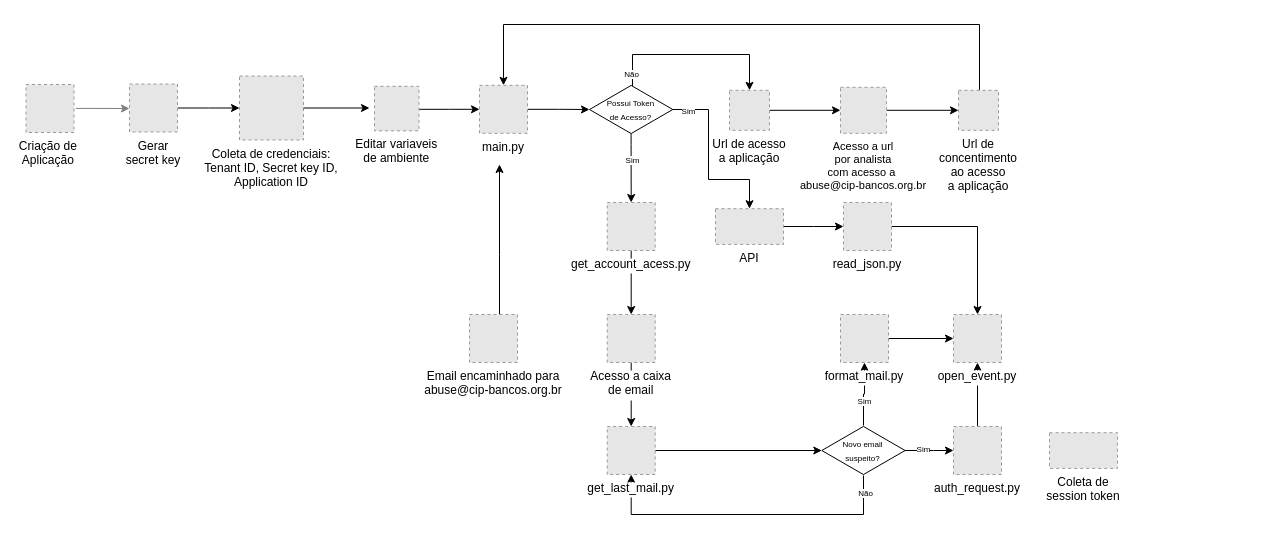
Above: Untitled Diagram.drawio in Antonio-Costa00/Auto-Indicents-Creation-From-Fishing-Atacks (draw.io), before the change. Source tidied: cells renumbered, new cells numbered last; positions are measured from the earlier drawing's top-left corner, leaving out a move shared by most shapes. Both pictures are drawn from the tidied source at 100%, with x=0, y=0 at pixel (25, 24). Pictures stored in the file or linked from it are replaced by grey dashed boxes.
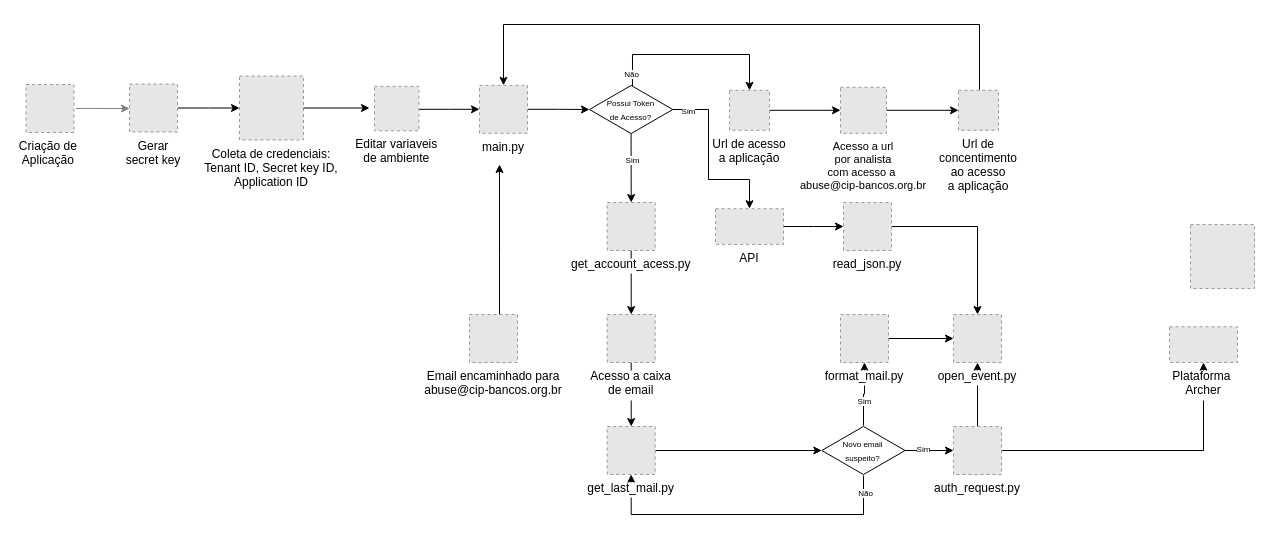
After the change.

Unchanged cells that the change refers to:
```xml
<mxCell id="42" value="auth_request.py" style="fillColor=#E6E6E6;strokeColor=#999999;dashed=1;verticalLabelPosition=bottom;labelBackgroundColor=default;verticalAlign=top;" parent="1" vertex="1">
  <mxGeometry x="928" y="402" width="48" height="48" as="geometry" />
</mxCell>
```

Change to the diagram source:
```diff
@@
+    <mxCell id="52" style="edgeStyle=orthogonalEdgeStyle;rounded=0;jettySize=auto;html=1;fontSize=8;" parent="1" edge="1" source="42" target="49">
+      <mxGeometry relative="1" as="geometry" />
+    </mxCell>
@@
-    <mxCell id="49" value="Coleta de&#10;session token" style="fillColor=#E6E6E6;strokeColor=#999999;dashed=1;verticalLabelPosition=bottom;labelBackgroundColor=default;verticalAlign=top;" parent="1" vertex="1">
-      <mxGeometry x="1024" y="408.2" width="68" height="35.7" as="geometry" />
+    <mxCell id="49" value="Plataforma &#10;Archer" style="fillColor=#E6E6E6;strokeColor=#999999;dashed=1;verticalLabelPosition=bottom;labelBackgroundColor=default;verticalAlign=top;" parent="1" vertex="1">
+      <mxGeometry x="1144" y="302.3" width="68" height="35.7" as="geometry" />
     </mxCell>
@@
+    <mxCell id="53" style="fillColor=#E6E6E6;strokeColor=#999999;dashed=1;verticalLabelPosition=bottom;labelBackgroundColor=default;verticalAlign=top;" parent="1" vertex="1">
+      <mxGeometry x="1165" y="200" width="64" height="64" as="geometry" />
+    </mxCell>
```
